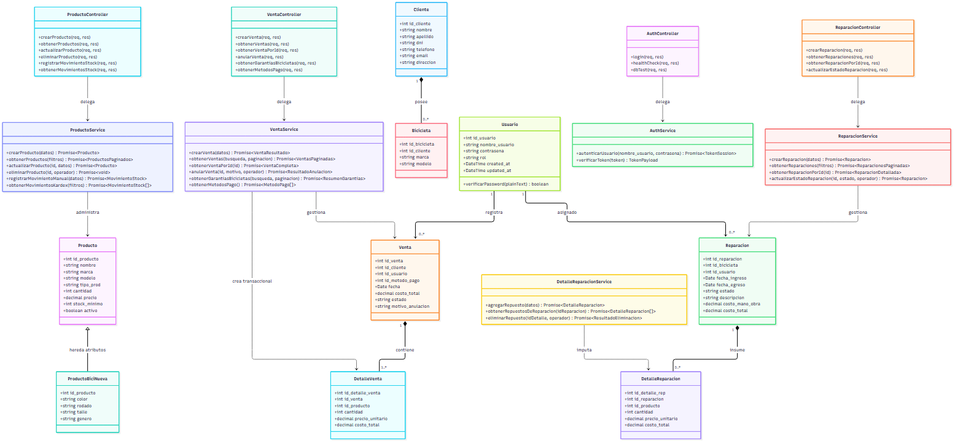
This is docs/diagramas/imagenes/03_diagrama_clases.png from exe-rios/BikeSystem, a Mermaid export, as it was before one commit. Its source is kept beside it as docs/diagramas/03_diagrama_clases.mmd.
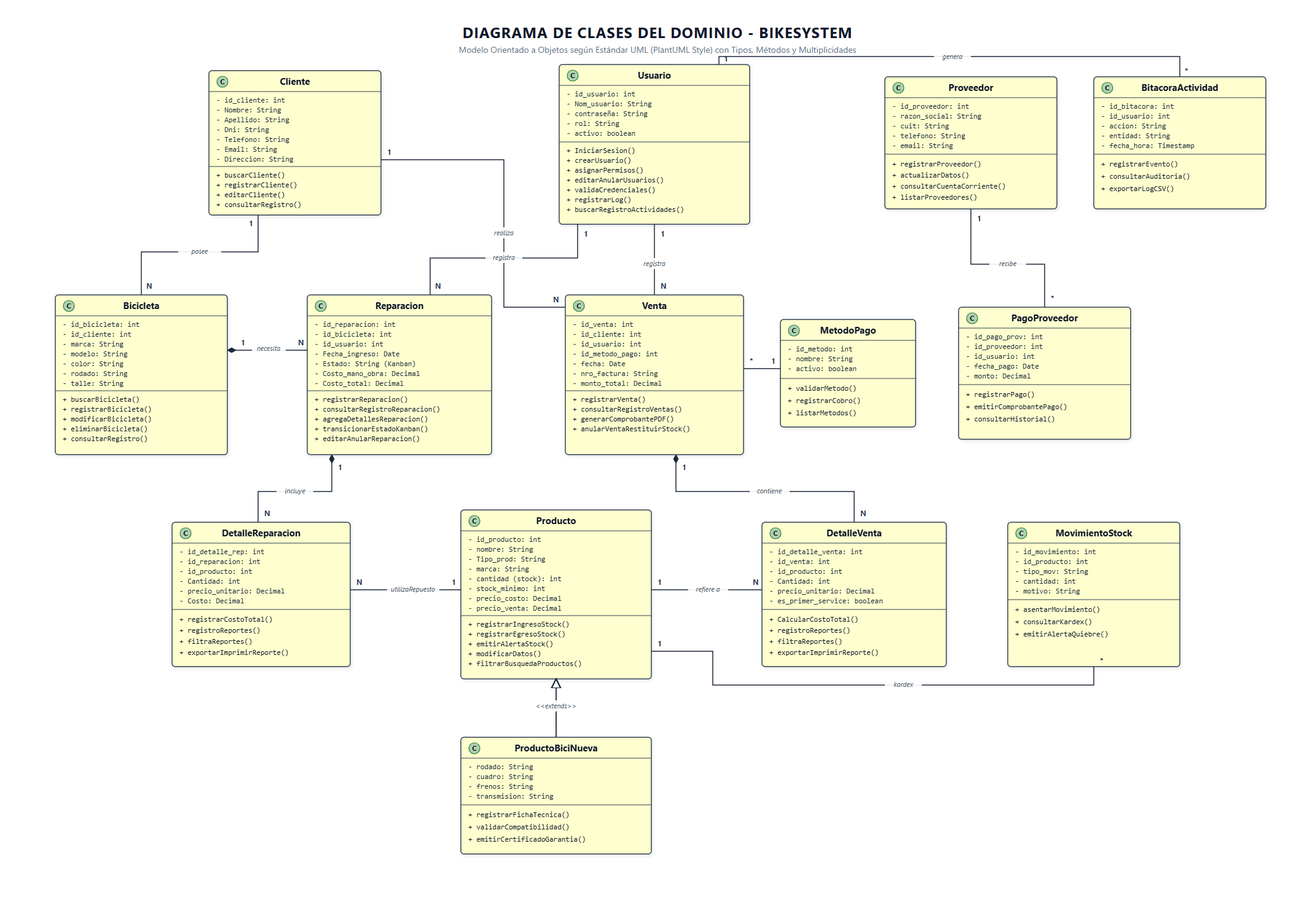
Above is the later version.

The edit, as a diff of the source:
```diff
@@ -1,79 +1,13 @@
 classDiagram
-    class AuthController {
-        +login(req, res)
-        +healthCheck(req, res)
-        +dbTest(req, res)
-    }
-
-    class VentaController {
-        +crearVenta(req, res)
-        +obtenerVentas(req, res)
-        +obtenerVentaPorId(req, res)
-        +anularVenta(req, res)
-        +obtenerGarantiasBicicletas(req, res)
-        +obtenerMetodosPago(req, res)
-    }
-
-    class ReparacionController {
-        +crearReparacion(req, res)
-        +obtenerReparaciones(req, res)
-        +obtenerReparacionPorId(req, res)
-        +actualizarEstadoReparacion(req, res)
-    }
-
-    class ProductoController {
-        +crearProducto(req, res)
-        +obtenerProductos(req, res)
-        +actualizarProducto(req, res)
-        +eliminarProducto(req, res)
-        +registrarMovimientoStock(req, res)
-        +obtenerMovimientosStock(req, res)
-    }
-
-    class AuthService {
-        +autenticarUsuario(nombre_usuario, contrasena) Promise~TokenSession~
-        +verificarToken(token) TokenPayload
-    }
-
-    class VentaService {
-        +crearVenta(datos) Promise~VentaResultado~
-        +obtenerVentas(busqueda, paginacion) Promise~VentasPaginadas~
-        +obtenerVentaPorId(id) Promise~VentaCompleta~
-        +anularVenta(id, motivo, operador) Promise~ResultadoAnulacion~
-        +obtenerGarantiasBicicletas(busqueda, paginacion) Promise~ResumenGarantias~
-        +obtenerMetodosPago() Promise~MetodoPago[]~
-    }
-
-    class ReparacionService {
-        +crearReparacion(datos) Promise~Reparacion~
-        +obtenerReparaciones(filtros) Promise~ReparacionesPaginadas~
-        +obtenerReparacionPorId(id) Promise~ReparacionDetallada~
-        +actualizarEstadoReparacion(id, estado, operador) Promise~Reparacion~
-    }
-
-    class DetalleReparacionService {
-        +agregarRepuesto(datos) Promise~DetalleReparacion~
-        +obtenerRepuestosDeReparacion(idReparacion) Promise~DetalleReparacion[]~
-        +eliminarRepuesto(idDetalle, operador) Promise~ResultadoEliminacion~
-    }
-
-    class ProductoService {
-        +crearProducto(datos) Promise~Producto~
-        +obtenerProductos(filtros) Promise~ProductosPaginados~
-        +actualizarProducto(id, datos) Promise~Producto~
-        +eliminarProducto(id, operador) Promise~void~
-        +registrarMovimientoManual(datos) Promise~MovimientoStock~
-        +obtenerMovimientosKardex(filtros) Promise~MovimientoStock[]~
-    }
 
     class Usuario {
         +int id_usuario
         +string nombre_usuario
         +string contrasena
         +string rol
-        +DateTime created_at
-        +DateTime updated_at
-        +verificarPassword(plainText) boolean
+        +Date created_at
+        +autenticar(password) boolean
+        +tienePermiso(modulo) boolean
     }
 
     class Cliente {
@@ -84,6 +18,8 @@
         +string telefono
         +string email
         +string direccion
+        +esConsumidorFinal() boolean
+        +obtenerHistorial() Venta[]
     }
 
     class Bicicleta {
@@ -91,6 +27,7 @@
         +int id_cliente
         +string marca
         +string modelo
+        +consultarHistoriaClinica() Reparacion[]
     }
 
     class Producto {
@@ -103,10 +40,12 @@
         +decimal precio
         +int stock_minimo
         +boolean activo
+        +hayStock(cantidad) boolean
+        +descontarStock(cantidad) void
+        +restituirStock(cantidad) void
     }
 
     class ProductoBiciNueva {
-        +int id_producto
         +string color
         +string rodado
         +string talle
@@ -122,6 +61,9 @@
         +decimal costo_total
         +string estado
         +string motivo_anulacion
+        +calcularTotal() decimal
+        +anularVenta(motivo, admin) void
+        +emitirComprobantePDF() void
     }
 
     class DetalleVenta {
@@ -131,6 +73,13 @@
         +int cantidad
         +decimal precio_unitario
         +decimal costo_total
+        +boolean primer_service_realizado
+        +Date fecha_primer_service
+        +string observaciones_service
+        +int id_usuario_service
+        +boolean service_excepcion
+        +estaEnGarantia() boolean
+        +registrarPrimerService(tecnico) void
     }
 
     class Reparacion {
@@ -143,6 +92,9 @@
         +string descripcion
         +decimal costo_mano_obra
         +decimal costo_total
+        +avanzarEstadoKanban(nuevoEstado) void
+        +imputarRepuesto(repuesto, cant) void
+        +calcularCostoTotal() decimal
     }
 
     class DetalleReparacion {
@@ -152,22 +104,75 @@
         +int cantidad
         +decimal precio_unitario
         +decimal costo_total
+        +calcularSubtotal() decimal
     }
 
-    AuthController ..> AuthService : delega
-    VentaController ..> VentaService : delega
-    ReparacionController ..> ReparacionService : delega
-    ProductoController ..> ProductoService : delega
+    class MetodoPago {
+        +int id_metodo_pago
+        +string nombre
+    }
 
-    VentaService ..> Venta : gestiona
-    VentaService ..> DetalleVenta : crea transaccional
-    ReparacionService ..> Reparacion : gestiona
-    DetalleReparacionService ..> DetalleReparacion : imputa
-    ProductoService ..> Producto : administra
+    class Proveedor {
+        +int id_proveedor
+        +string nombre_empresa
+        +string cuit
+        +string telefono
+        +string email
+        +string direccion
+        +validarCuit() boolean
+    }
 
-    Producto <|-- ProductoBiciNueva : hereda atributos
+    class PagoProveedor {
+        +int id_pago
+        +int id_proveedor
+        +int id_usuario
+        +int id_metodo_pago
+        +Date fecha
+        +decimal monto_total
+        +string observaciones
+        +registrarEgreso() void
+    }
+
+    class MovimientoStock {
+        +int id_movimiento
+        +int id_producto
+        +int id_usuario
+        +string tipo_movimiento
+        +int cantidad
+        +string motivo
+        +string observaciones
+        +asentarKardex() void
+    }
+
+    class BitacoraActividad {
+        +int id_bitacora
+        +int id_usuario
+        +string nombre_usuario
+        +string modulo
+        +string accion
+        +string descripcion
+        +Date created_at
+        +registrarLog() void
+    }
+
+    Producto <|-- ProductoBiciNueva : especialización
     Cliente "1" *-- "0..*" Bicicleta : posee
+    Cliente "1" --> "0..*" Venta : compra
     Venta "1" *-- "1..*" DetalleVenta : contiene
     Reparacion "1" *-- "0..*" DetalleReparacion : insume
+    Bicicleta "1" --> "0..*" Reparacion : ingresa_a
+
+    Producto "1" --> "0..*" DetalleVenta : comercializado
+    Producto "1" --> "0..*" DetalleReparacion : utilizado
+    Producto "1" --> "0..*" MovimientoStock : registrado_en
+
+    Proveedor "1" --> "0..*" PagoProveedor : percibe
+    MetodoPago "1" --> "0..*" Venta : cancela
+    MetodoPago "1" --> "0..*" PagoProveedor : medio_de_pago
+
     Usuario "1" --> "0..*" Venta : registra
     Usuario "1" --> "0..*" Reparacion : asignado
+    Usuario "1" --> "0..*" PagoProveedor : autoriza
+    Usuario "1" --> "0..*" MovimientoStock : opera
+    Usuario "1" --> "0..*" BitacoraActividad : produce
+    Usuario "0..1" --> "0..*" DetalleVenta : atendio_service
```
